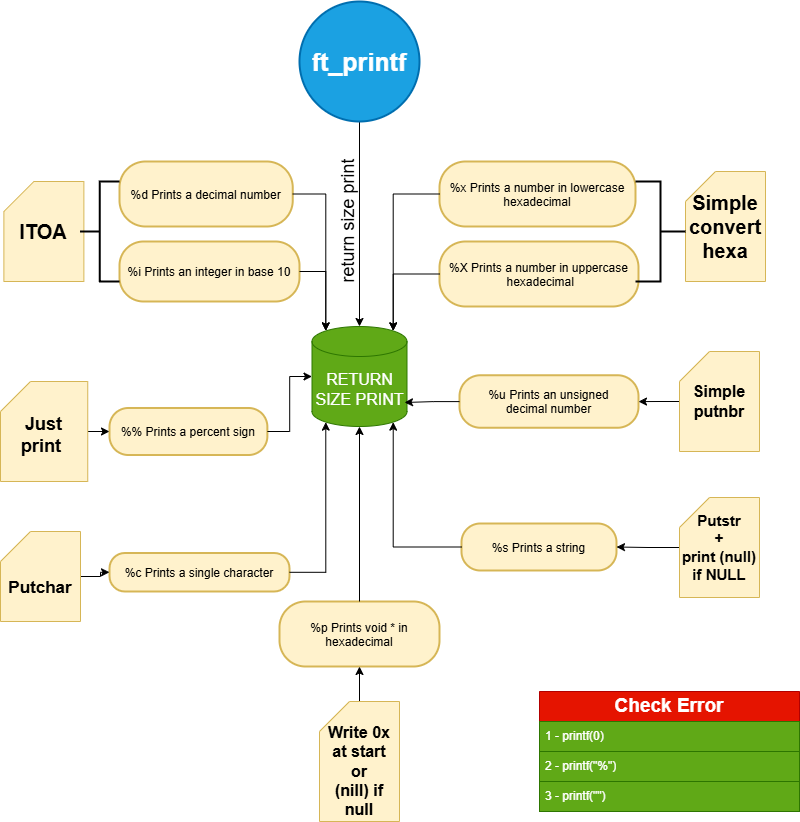
Lyricallll/ft_printf keeps this draw.io diagram as diag_printf.drawio.png. Above is the earlier version. Source tidied: cells renumbered, new cells last; positions are measured from the earlier drawing's top-left corner, leaving out a move shared by most shapes.
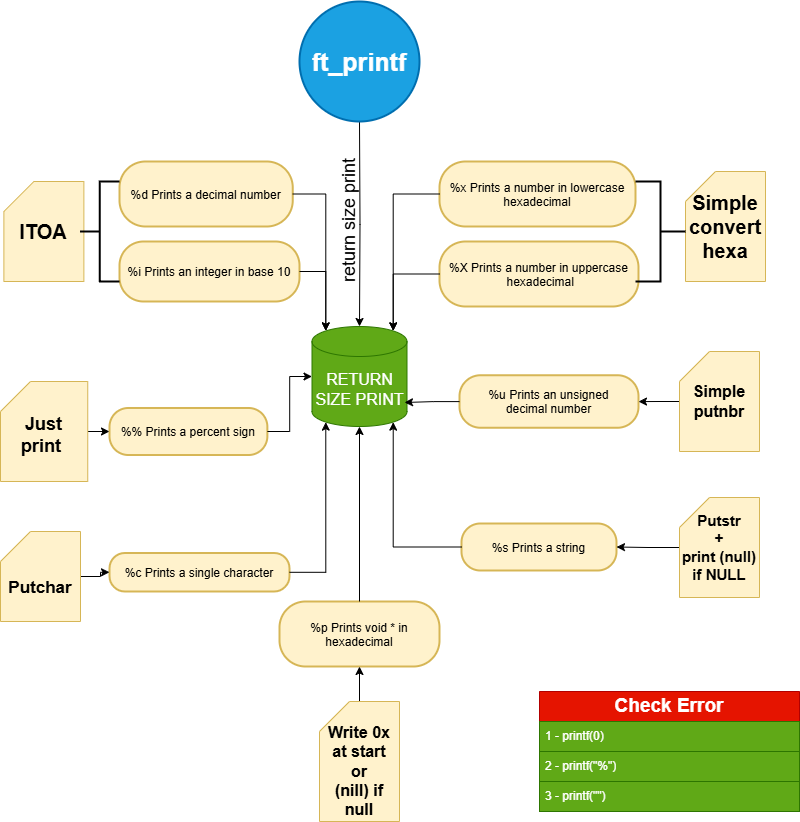
Above is the later version.

Commit message:
Mettre à jour diag_printf.drawio.png

The edit, as a diff of the source:
```diff
@@ -2,8 +2,10 @@
   <root>
     <mxCell id="0" />
     <mxCell id="1" parent="0" />
-    <mxCell id="2" value="&lt;font style=&quot;font-size: 18px;&quot;&gt;return size print&lt;/font&gt;" style="edgeStyle=orthogonalEdgeStyle;rounded=0;jettySize=auto;html=1;entryX=0.5;entryY=0;entryDx=0;entryDy=0;entryPerimeter=0;horizontal=0;fontSize=21;verticalAlign=bottom;strokeColor=default;fontStyle=0;labelBackgroundColor=none;" parent="1" edge="1" source="3" target="25">
-      <mxGeometry relative="1" as="geometry" />
+    <mxCell id="2" value="&lt;font style=&quot;font-size: 18px;&quot;&gt;return size print&lt;/font&gt;" style="edgeStyle=orthogonalEdgeStyle;rounded=0;jettySize=auto;html=1;entryX=0.5;entryY=0;entryDx=0;entryDy=0;entryPerimeter=0;horizontal=0;fontSize=21;verticalAlign=bottom;strokeColor=default;fontStyle=0;labelBackgroundColor=none;" parent="1" edge="1" target="25">
+      <mxGeometry relative="1" as="geometry">
+        <mxPoint x="359" y="120" as="sourcePoint" />
+      </mxGeometry>
     </mxCell>
     <mxCell id="3" value="ft_printf" style="ellipse;strokeWidth=2;whiteSpace=wrap;fontSize=25;fontStyle=1;fillColor=#1ba1e2;strokeColor=#006EAF;fontColor=#ffffff;" parent="1" vertex="1">
       <mxGeometry x="299" width="120" height="120" as="geometry" />
```
